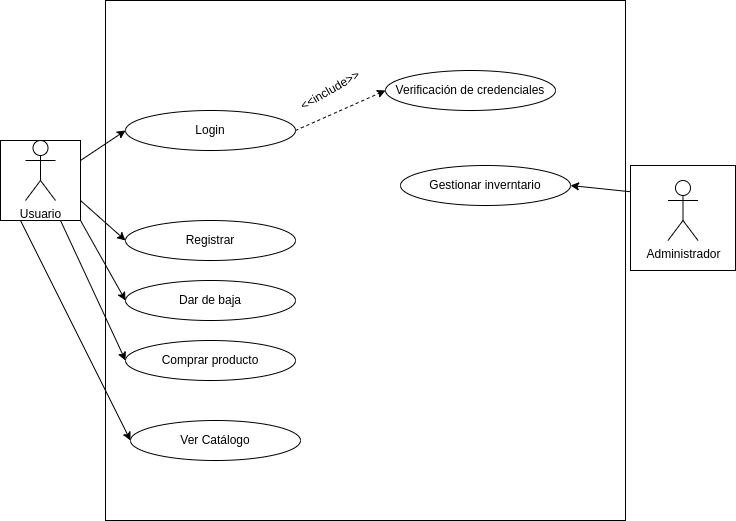
Above: Casos-de-uso/Tienda-online/diagrama.drawio.png in IsaiasTolP/Tareas_Markdown (draw.io), before the change. Source tidied: cells renumbered, new cells last; positions are measured from the earlier drawing's top-left corner, leaving out a move shared by most shapes.
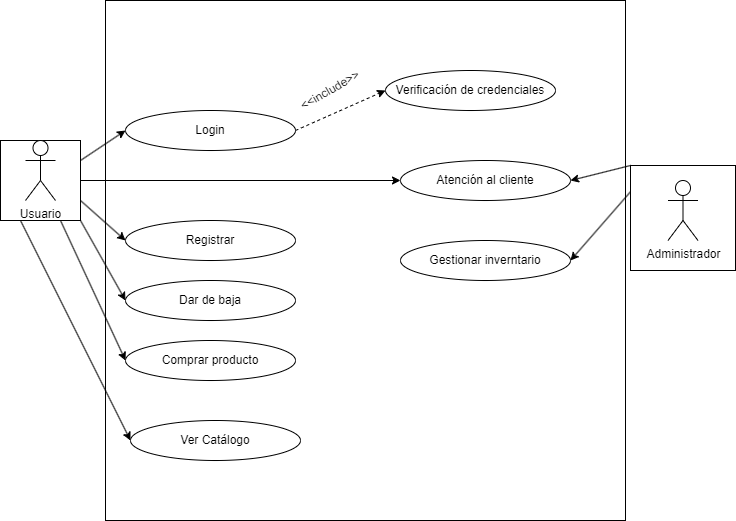
After the commit.

Commit message:
Se termina casos tienda online

Change to the diagram source:
```diff
@@ -8,6 +8,9 @@
     <mxCell id="3" style="edgeStyle=none;html=1;exitX=0;exitY=0.25;exitDx=0;exitDy=0;entryX=1;entryY=0.5;entryDx=0;entryDy=0;" parent="1" edge="1" source="4" target="21">
       <mxGeometry relative="1" as="geometry" />
     </mxCell>
+    <mxCell id="22" style="edgeStyle=none;html=1;exitX=0;exitY=0;exitDx=0;exitDy=0;entryX=1;entryY=0.5;entryDx=0;entryDy=0;" parent="1" edge="1" source="4" target="24">
+      <mxGeometry relative="1" as="geometry" />
+    </mxCell>
     <mxCell id="4" style="whiteSpace=wrap;html=1;labelBackgroundColor=#FFFFFF;fontColor=#000000;" parent="1" vertex="1">
       <mxGeometry x="630" y="165" width="105" height="105" as="geometry" />
     </mxCell>
@@ -26,6 +29,9 @@
     <mxCell id="9" style="edgeStyle=none;html=1;exitX=0.25;exitY=1;exitDx=0;exitDy=0;entryX=0;entryY=0.5;entryDx=0;entryDy=0;" parent="1" edge="1" source="10" target="13">
       <mxGeometry relative="1" as="geometry" />
     </mxCell>
+    <mxCell id="23" style="edgeStyle=none;html=1;exitX=1;exitY=0.5;exitDx=0;exitDy=0;entryX=0;entryY=0.5;entryDx=0;entryDy=0;" parent="1" edge="1" source="10" target="24">
+      <mxGeometry relative="1" as="geometry" />
+    </mxCell>
     <mxCell id="10" style="whiteSpace=wrap;html=1;labelBackgroundColor=#FFFFFF;fontColor=#000000;" parent="1" vertex="1">
       <mxGeometry y="140" width="80" height="80" as="geometry" />
     </mxCell>
@@ -60,7 +66,10 @@
       <mxGeometry x="300" y="75" width="60" height="30" as="geometry" />
     </mxCell>
     <mxCell id="21" value="Gestionar inverntario" style="ellipse;whiteSpace=wrap;html=1;labelBackgroundColor=#FFFFFF;fontColor=#000000;" parent="1" vertex="1">
-      <mxGeometry x="400" y="165" width="170" height="40" as="geometry" />
+      <mxGeometry x="400" y="240" width="170" height="40" as="geometry" />
     </mxCell>
+    <mxCell id="24" value="Atención al cliente" style="ellipse;whiteSpace=wrap;html=1;labelBackgroundColor=#FFFFFF;fontColor=#000000;" parent="1" vertex="1">
+      <mxGeometry x="400" y="160" width="170" height="40" as="geometry" />
+    </mxCell>
   </root>
 </mxGraphModel>
```
